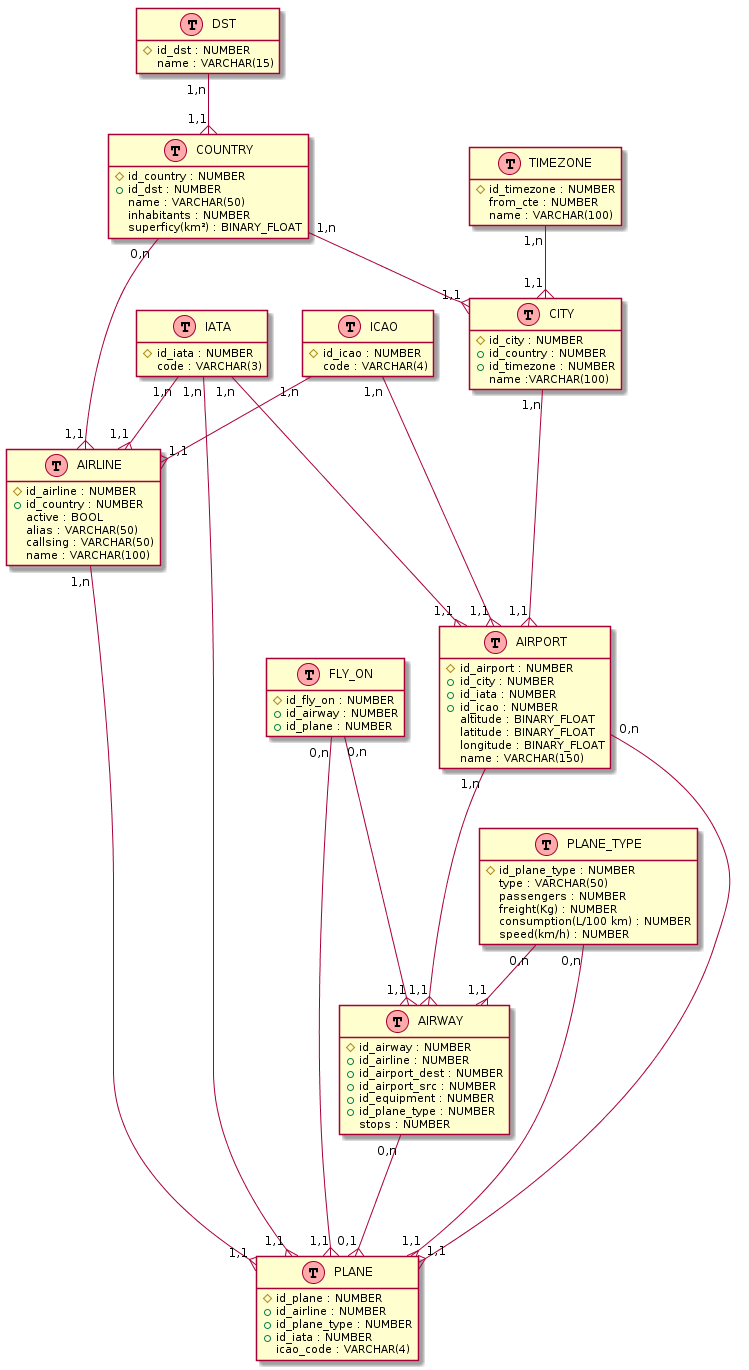
Before: resources/database_modelisation/modelisation.png, a diagram exported from PlantUML (pBouillon/OpenFlightStatisticsAggregator).
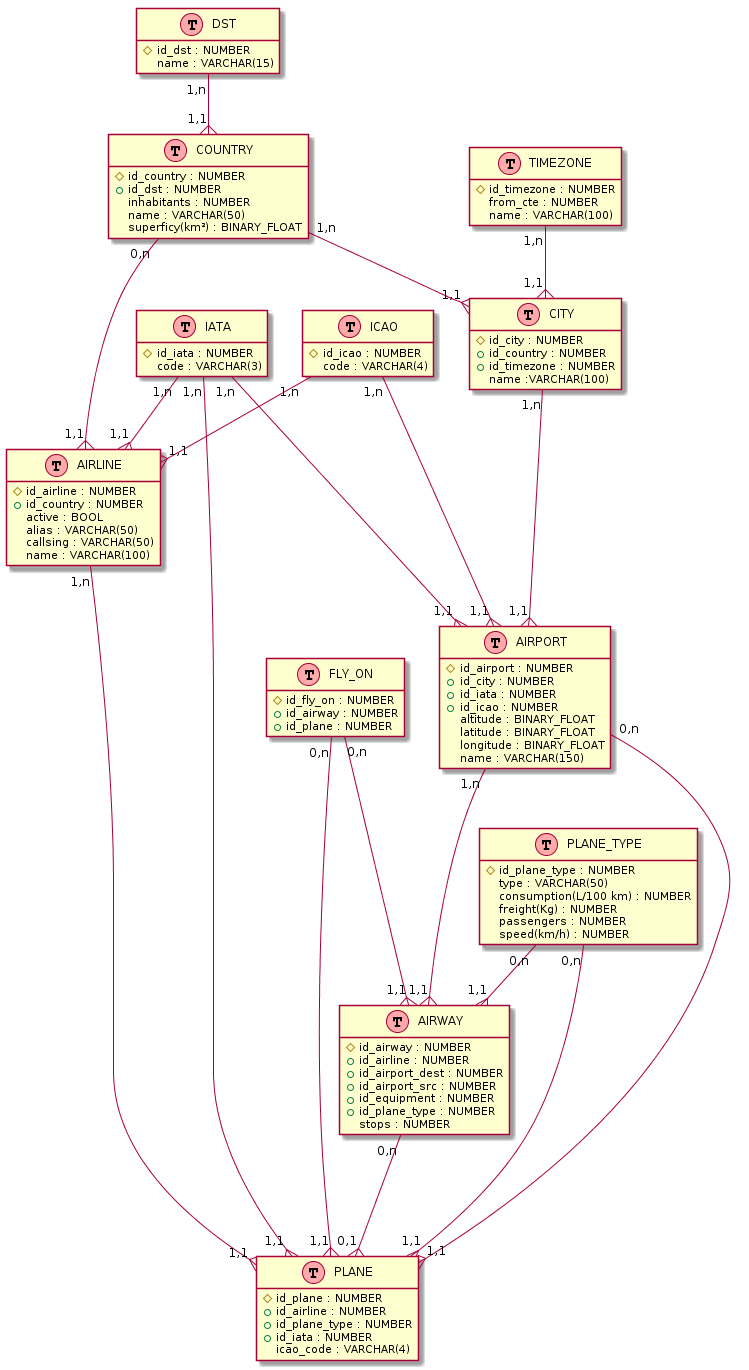
Later version of the same file.

Commit message:
fix alphabetical order

What changed in the source:
```diff
@@ -6,8 +6,8 @@
 class COUNTRY << (T,#FFAAAA) >> {
     {field} #id_country : NUMBER
     {field} +id_dst : NUMBER
+    {field} inhabitants : NUMBER
     {field} name : VARCHAR(50)
-    {field} inhabitants : NUMBER
     {field} superficy(km²) : BINARY_FLOAT
 }
 
@@ -29,9 +29,9 @@
 class PLANE_TYPE << (T,#FFAAAA) >> {
     {field} #id_plane_type : NUMBER
     {field} type : VARCHAR(50)
+    {field} consumption(L/100 km) : NUMBER
+    {field} freight(Kg) : NUMBER
     {field} passengers : NUMBER
-    {field} freight(Kg) : NUMBER
-    {field} consumption(L/100 km) : NUMBER
     {field} speed(km/h) : NUMBER
 }
 
```
